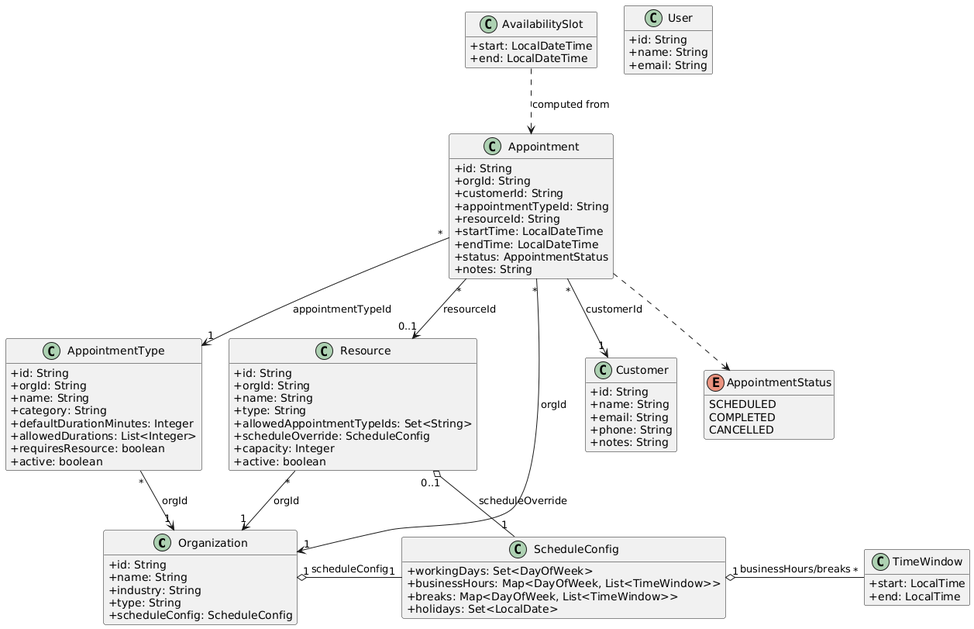
imotepe/springWebApp keeps this PlantUML diagram as demo/docs/models.png. Above is the earlier version.
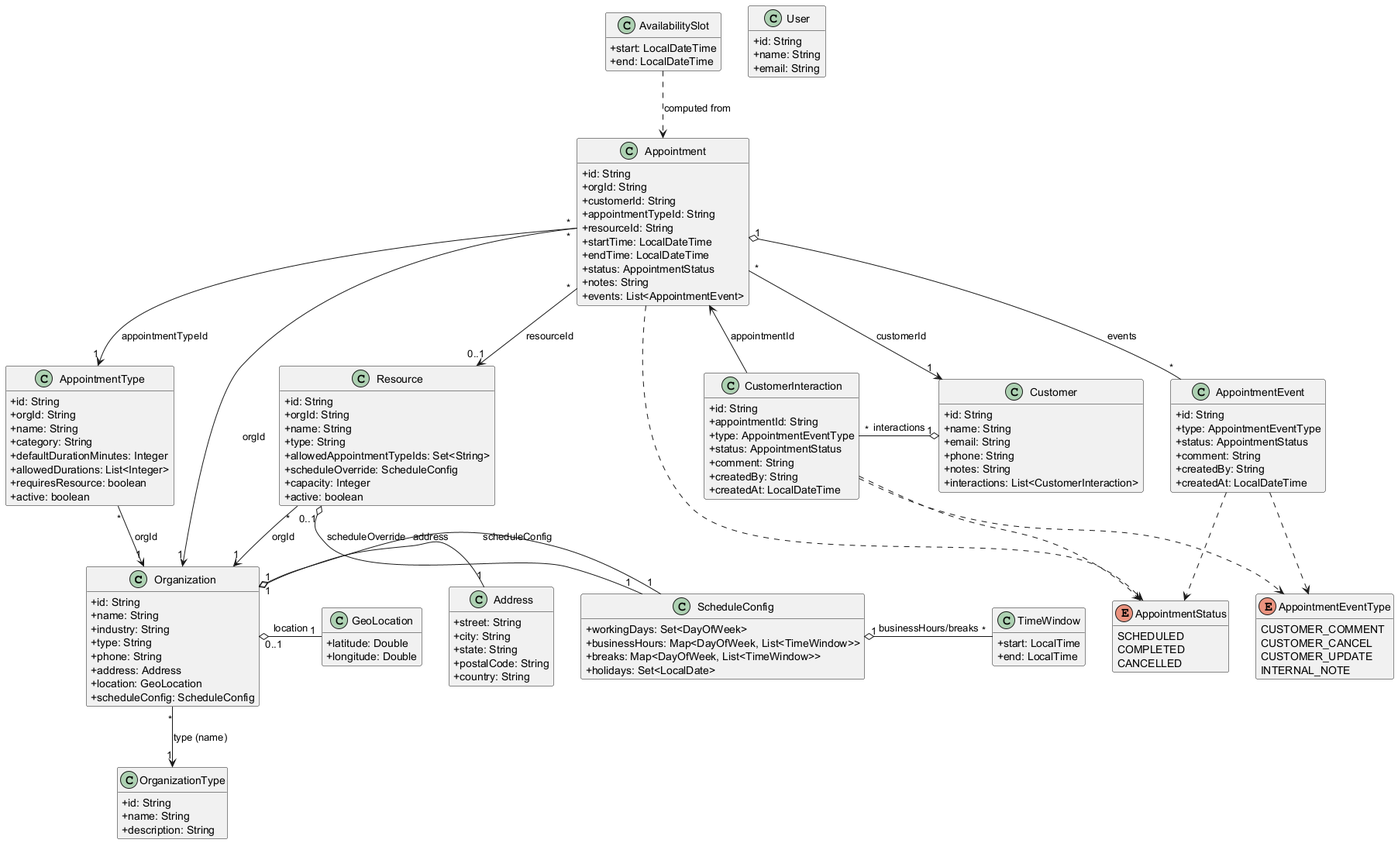
Later version of the same file.

Diff of the diagram source:
```diff
@@ -7,7 +7,29 @@
   +name: String
   +industry: String
   +type: String
+  +phone: String
+  +address: Address
+  +location: GeoLocation
   +scheduleConfig: ScheduleConfig
+}
+
+class OrganizationType {
+  +id: String
+  +name: String
+  +description: String
+}
+
+class Address {
+  +street: String
+  +city: String
+  +state: String
+  +postalCode: String
+  +country: String
+}
+
+class GeoLocation {
+  +latitude: Double
+  +longitude: Double
 }
 
 class ScheduleConfig {
@@ -33,6 +55,32 @@
   +active: boolean
 }
 
+class AppointmentEvent {
+  +id: String
+  +type: AppointmentEventType
+  +status: AppointmentStatus
+  +comment: String
+  +createdBy: String
+  +createdAt: LocalDateTime
+}
+
+enum AppointmentEventType {
+  CUSTOMER_COMMENT
+  CUSTOMER_CANCEL
+  CUSTOMER_UPDATE
+  INTERNAL_NOTE
+}
+
+class CustomerInteraction {
+  +id: String
+  +appointmentId: String
+  +type: AppointmentEventType
+  +status: AppointmentStatus
+  +comment: String
+  +createdBy: String
+  +createdAt: LocalDateTime
+}
+
 class Resource {
   +id: String
   +orgId: String
@@ -50,6 +98,7 @@
   +email: String
   +phone: String
   +notes: String
+  +interactions: List<CustomerInteraction>
 }
 
 class User {
@@ -74,6 +123,7 @@
   +endTime: LocalDateTime
   +status: AppointmentStatus
   +notes: String
+  +events: List<AppointmentEvent>
 }
 
 class AvailabilitySlot {
@@ -85,15 +135,26 @@
 Resource "0..1" o- "1" ScheduleConfig : scheduleOverride
 ScheduleConfig "1" o- "*" TimeWindow : businessHours/breaks
 
+Organization "*" --> "1" OrganizationType : type (name)
+Organization "1" o- "1" Address : address
+Organization "0..1" o- "1" GeoLocation : location
 Appointment "*" --> "1" Organization : orgId
 Appointment "*" --> "1" Customer : customerId
 Appointment "*" --> "1" AppointmentType : appointmentTypeId
 Appointment "*" --> "0..1" Resource : resourceId
 Appointment ..> AppointmentStatus
+Appointment "1" o- "*" AppointmentEvent : events
+AppointmentEvent ..> AppointmentEventType
+AppointmentEvent ..> AppointmentStatus
 
 AppointmentType "*" --> "1" Organization : orgId
 Resource "*" --> "1" Organization : orgId
 
 AvailabilitySlot ..> Appointment : computed from
 
+Customer "1" o- "*" CustomerInteraction : interactions
+CustomerInteraction --> Appointment : appointmentId
+CustomerInteraction ..> AppointmentEventType
+CustomerInteraction ..> AppointmentStatus
+
 @enduml
```
